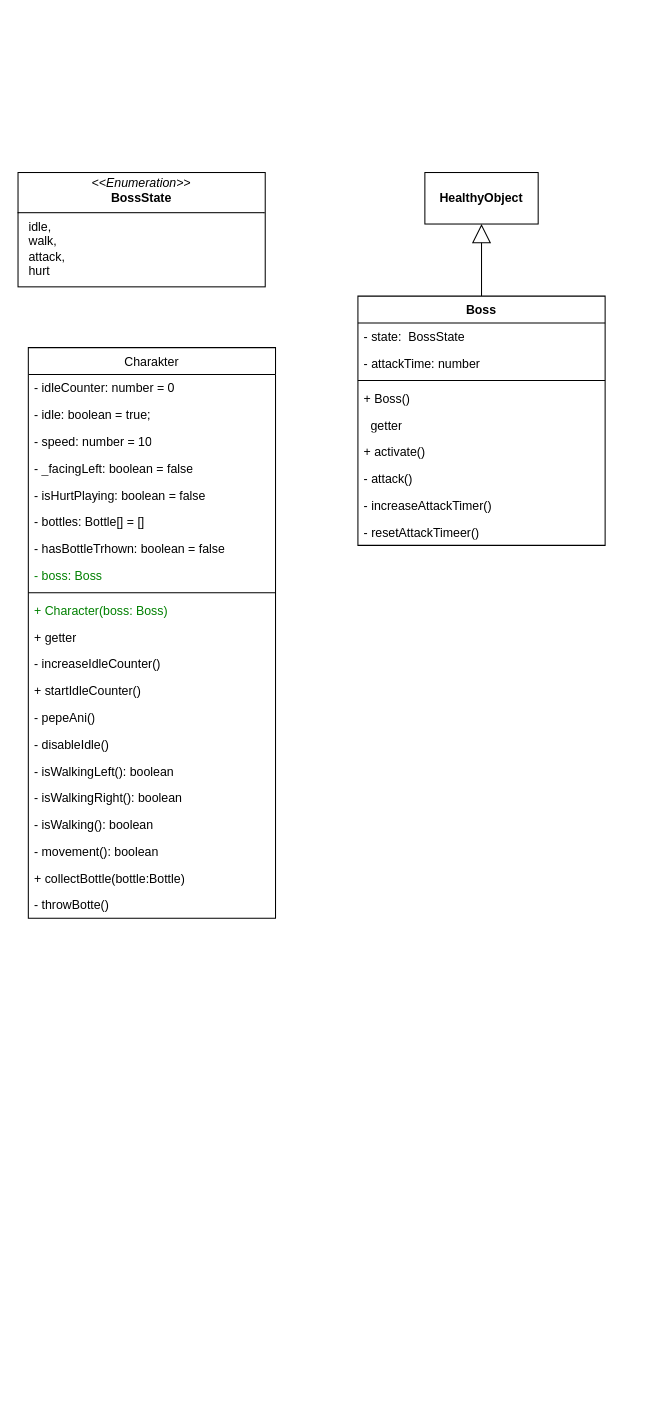
Earlier version of the draw.io diagram docs/issue/87-diagram.drawio (elma1989/el-pollo-loco). Source tidied: cells renumbered, new cells numbered last; positions are measured from the earlier drawing's top-left corner, leaving out a move shared by most shapes. Both pictures are drawn from the tidied source at 103%, with x=0, y=0 at pixel (18, 172).
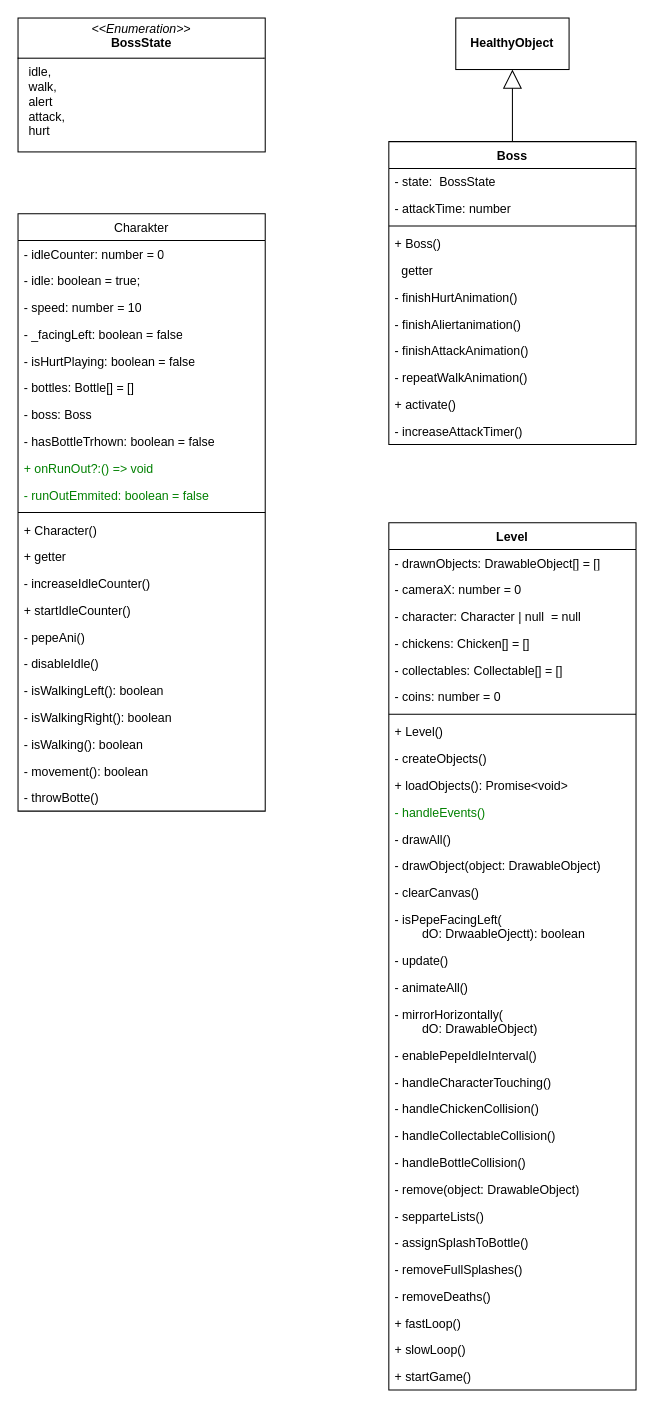
After the change.

Commit message (it also covers changes not shown here):
doc: Updated issue 87 - Completed class Boss, Modified class Character, Level

Diff of the diagram source:
```diff
@@
     <mxCell id="2" value="Boss" style="swimlane;fontStyle=1;align=center;verticalAlign=top;horizontal=1;startSize=26;whiteSpace=wrap;html=1;" parent="1" vertex="1">
-      <mxGeometry x="330" y="120" width="240" height="242" as="geometry" />
+      <mxGeometry x="360" y="-30" width="240" height="294" as="geometry" />
     </mxCell>
@@
+    <mxCell id="37" value="- finishHurtAnimation()" style="text;strokeColor=none;fillColor=none;align=left;verticalAlign=top;spacingLeft=4;spacingRight=4;overflow=hidden;whiteSpace=wrap;html=1;" parent="2" vertex="1">
+      <mxGeometry y="138" width="240" height="26" as="geometry" />
+    </mxCell>
+    <mxCell id="38" value="- finishAliertanimation()" style="text;strokeColor=none;fillColor=none;align=left;verticalAlign=top;spacingLeft=4;spacingRight=4;overflow=hidden;whiteSpace=wrap;html=1;" parent="2" vertex="1">
+      <mxGeometry y="164" width="240" height="26" as="geometry" />
+    </mxCell>
+    <mxCell id="39" value="- finishAttackAnimation()" style="text;strokeColor=none;fillColor=none;align=left;verticalAlign=top;spacingLeft=4;spacingRight=4;overflow=hidden;whiteSpace=wrap;html=1;" parent="2" vertex="1">
+      <mxGeometry y="190" width="240" height="26" as="geometry" />
+    </mxCell>
+    <mxCell id="40" value="- repeatWalkAnimation()" style="text;strokeColor=none;fillColor=none;align=left;verticalAlign=top;spacingLeft=4;spacingRight=4;overflow=hidden;whiteSpace=wrap;html=1;" parent="2" vertex="1">
+      <mxGeometry y="216" width="240" height="26" as="geometry" />
+    </mxCell>
     <mxCell id="8" value="+ activate()" style="text;strokeColor=none;fillColor=none;align=left;verticalAlign=top;spacingLeft=4;spacingRight=4;overflow=hidden;whiteSpace=wrap;html=1;" parent="2" vertex="1">
-      <mxGeometry y="138" width="240" height="26" as="geometry" />
+      <mxGeometry y="242" width="240" height="26" as="geometry" />
     </mxCell>
-    <mxCell id="9" value="- attack()" style="text;strokeColor=none;fillColor=none;align=left;verticalAlign=top;spacingLeft=4;spacingRight=4;overflow=hidden;whiteSpace=wrap;html=1;" parent="2" vertex="1">
-      <mxGeometry y="164" width="240" height="26" as="geometry" />
-    </mxCell>
     <mxCell id="10" value="- increaseAttackTimer()" style="text;strokeColor=none;fillColor=none;align=left;verticalAlign=top;spacingLeft=4;spacingRight=4;overflow=hidden;whiteSpace=wrap;html=1;" parent="2" vertex="1">
-      <mxGeometry y="190" width="240" height="26" as="geometry" />
+      <mxGeometry y="268" width="240" height="26" as="geometry" />
     </mxCell>
-    <mxCell id="11" value="- resetAttackTimeer()" style="text;strokeColor=none;fillColor=none;align=left;verticalAlign=top;spacingLeft=4;spacingRight=4;overflow=hidden;whiteSpace=wrap;html=1;" parent="2" vertex="1">
-      <mxGeometry y="216" width="240" height="26" as="geometry" />
-    </mxCell>
     <mxCell id="12" value="&lt;b&gt;HealthyObject&lt;/b&gt;" style="html=1;whiteSpace=wrap;" parent="1" vertex="1">
-      <mxGeometry x="395" width="110" height="50" as="geometry" />
+      <mxGeometry x="425" y="-150" width="110" height="50" as="geometry" />
     </mxCell>
@@
-    <mxCell id="14" value="&lt;p style=&quot;margin:0px;margin-top:4px;text-align:center;&quot;&gt;&lt;i&gt;&amp;lt;&amp;lt;Enumeration&amp;gt;&amp;gt;&lt;/i&gt;&lt;br&gt;&lt;b&gt;BossState&lt;/b&gt;&lt;/p&gt;&lt;hr size=&quot;1&quot; style=&quot;border-style:solid;&quot;&gt;&lt;p style=&quot;margin:0px;margin-left:4px;&quot;&gt;&amp;nbsp; idle,&lt;/p&gt;&lt;p style=&quot;margin:0px;margin-left:4px;&quot;&gt;&amp;nbsp; walk,&lt;/p&gt;&lt;p style=&quot;margin:0px;margin-left:4px;&quot;&gt;&amp;nbsp; attack,&lt;/p&gt;&lt;p style=&quot;margin:0px;margin-left:4px;&quot;&gt;&amp;nbsp; hurt&lt;/p&gt;" style="verticalAlign=top;align=left;overflow=fill;html=1;whiteSpace=wrap;" parent="1" vertex="1">
-      <mxGeometry width="240" height="111" as="geometry" />
+    <mxCell id="14" value="&lt;p style=&quot;margin:0px;margin-top:4px;text-align:center;&quot;&gt;&lt;i&gt;&amp;lt;&amp;lt;Enumeration&amp;gt;&amp;gt;&lt;/i&gt;&lt;br&gt;&lt;b&gt;BossState&lt;/b&gt;&lt;/p&gt;&lt;hr size=&quot;1&quot; style=&quot;border-style:solid;&quot;&gt;&lt;p style=&quot;margin:0px;margin-left:4px;&quot;&gt;&amp;nbsp; idle,&lt;/p&gt;&lt;p style=&quot;margin:0px;margin-left:4px;&quot;&gt;&amp;nbsp; walk,&lt;/p&gt;&lt;p style=&quot;margin:0px;margin-left:4px;&quot;&gt;&amp;nbsp; alert&lt;/p&gt;&lt;p style=&quot;margin:0px;margin-left:4px;&quot;&gt;&amp;nbsp; attack,&lt;/p&gt;&lt;p style=&quot;margin:0px;margin-left:4px;&quot;&gt;&amp;nbsp; hurt&lt;/p&gt;" style="verticalAlign=top;align=left;overflow=fill;html=1;whiteSpace=wrap;" parent="1" vertex="1">
+      <mxGeometry y="-150" width="240" height="130" as="geometry" />
     </mxCell>
     <mxCell id="15" value="Charakter" style="swimlane;align=center;verticalAlign=top;horizontal=1;startSize=26;whiteSpace=wrap;html=1;strokeColor=default;fontStyle=0;" parent="1" vertex="1">
-      <mxGeometry x="10" y="170" width="240" height="554" as="geometry" />
+      <mxGeometry y="40" width="240" height="580" as="geometry" />
     </mxCell>
@@
+    <mxCell id="23" value="- boss: Boss" style="text;strokeColor=none;fillColor=none;align=left;verticalAlign=top;spacingLeft=4;spacingRight=4;overflow=hidden;whiteSpace=wrap;html=1;fontStyle=0;fontColor=default;" parent="15" vertex="1">
+      <mxGeometry y="182" width="240" height="26" as="geometry" />
+    </mxCell>
     <mxCell id="22" value="- hasBottleTrhown: boolean = false" style="text;strokeColor=none;fillColor=none;align=left;verticalAlign=top;spacingLeft=4;spacingRight=4;overflow=hidden;whiteSpace=wrap;html=1;fontStyle=0;fontColor=default;" parent="15" vertex="1">
-      <mxGeometry y="182" width="240" height="26" as="geometry" />
+      <mxGeometry y="208" width="240" height="26" as="geometry" />
     </mxCell>
-    <mxCell id="23" value="- boss: Boss" style="text;strokeColor=none;fillColor=none;align=left;verticalAlign=top;spacingLeft=4;spacingRight=4;overflow=hidden;whiteSpace=wrap;html=1;fontStyle=0;fontColor=light-dark(#008000,#80FF80);" parent="15" vertex="1">
-      <mxGeometry y="208" width="240" height="26" as="geometry" />
-    </mxCell>
-    <mxCell id="24" style="line;strokeWidth=1;fillColor=none;align=left;verticalAlign=middle;spacingTop=-1;spacingLeft=3;spacingRight=3;labelPosition=right;strokeColor=inherit;" parent="15" vertex="1">
-      <mxGeometry y="234" width="240" height="8" as="geometry" />
-    </mxCell>
-    <mxCell id="25" value="+ Character(boss: Boss)" style="text;strokeColor=none;fillColor=none;align=left;verticalAlign=top;spacingLeft=4;spacingRight=4;overflow=hidden;whiteSpace=wrap;html=1;fontStyle=0;fontColor=light-dark(#008000,#80FF80);" parent="15" vertex="1">
-      <mxGeometry y="242" width="240" height="26" as="geometry" />
-    </mxCell>
+    <mxCell id="41" value="+ onRunOut?:() =&amp;gt; void" style="text;strokeColor=none;fillColor=none;align=left;verticalAlign=top;spacingLeft=4;spacingRight=4;overflow=hidden;whiteSpace=wrap;html=1;fontStyle=0;fontColor=light-dark(#008000,#80FF80);" parent="15" vertex="1">
+      <mxGeometry y="234" width="240" height="26" as="geometry" />
+    </mxCell>
+    <mxCell id="42" value="- runOutEmmited: boolean = false" style="text;strokeColor=none;fillColor=none;align=left;verticalAlign=top;spacingLeft=4;spacingRight=4;overflow=hidden;whiteSpace=wrap;html=1;fontStyle=0;fontColor=light-dark(#008000,#80FF80);" parent="15" vertex="1">
+      <mxGeometry y="260" width="240" height="26" as="geometry" />
+    </mxCell>
+    <mxCell id="43" style="line;strokeWidth=1;fillColor=none;align=left;verticalAlign=middle;spacingTop=-1;spacingLeft=3;spacingRight=3;labelPosition=right;strokeColor=inherit;" parent="15" vertex="1">
+      <mxGeometry y="286" width="240" height="8" as="geometry" />
+    </mxCell>
+    <mxCell id="44" value="+ Character()" style="text;strokeColor=none;fillColor=none;align=left;verticalAlign=top;spacingLeft=4;spacingRight=4;overflow=hidden;whiteSpace=wrap;html=1;" parent="15" vertex="1">
+      <mxGeometry y="294" width="240" height="26" as="geometry" />
+    </mxCell>
     <mxCell id="26" value="+ getter" style="text;strokeColor=none;fillColor=none;align=left;verticalAlign=top;spacingLeft=4;spacingRight=4;overflow=hidden;whiteSpace=wrap;html=1;" parent="15" vertex="1">
-      <mxGeometry y="268" width="240" height="26" as="geometry" />
+      <mxGeometry y="320" width="240" height="26" as="geometry" />
     </mxCell>
     <mxCell id="27" value="- increaseIdleCounter()" style="text;strokeColor=none;fillColor=none;align=left;verticalAlign=top;spacingLeft=4;spacingRight=4;overflow=hidden;whiteSpace=wrap;html=1;fontStyle=0;" parent="15" vertex="1">
-      <mxGeometry y="294" width="240" height="26" as="geometry" />
+      <mxGeometry y="346" width="240" height="26" as="geometry" />
     </mxCell>
     <mxCell id="28" value="+ startIdleCounter()" style="text;strokeColor=none;fillColor=none;align=left;verticalAlign=top;spacingLeft=4;spacingRight=4;overflow=hidden;whiteSpace=wrap;html=1;fontStyle=0;" parent="15" vertex="1">
-      <mxGeometry y="320" width="240" height="26" as="geometry" />
+      <mxGeometry y="372" width="240" height="26" as="geometry" />
     </mxCell>
     <mxCell id="29" value="- pepeAni()" style="text;strokeColor=none;fillColor=none;align=left;verticalAlign=top;spacingLeft=4;spacingRight=4;overflow=hidden;whiteSpace=wrap;html=1;fontStyle=0;" parent="15" vertex="1">
-      <mxGeometry y="346" width="240" height="26" as="geometry" />
+      <mxGeometry y="398" width="240" height="26" as="geometry" />
     </mxCell>
     <mxCell id="30" value="- disableIdle()" style="text;strokeColor=none;fillColor=none;align=left;verticalAlign=top;spacingLeft=4;spacingRight=4;overflow=hidden;whiteSpace=wrap;html=1;fontStyle=0;" parent="15" vertex="1">
-      <mxGeometry y="372" width="240" height="26" as="geometry" />
+      <mxGeometry y="424" width="240" height="26" as="geometry" />
     </mxCell>
     <mxCell id="31" value="- isWalkingLeft(): boolean" style="text;strokeColor=none;fillColor=none;align=left;verticalAlign=top;spacingLeft=4;spacingRight=4;overflow=hidden;whiteSpace=wrap;html=1;fontStyle=0;" parent="15" vertex="1">
-      <mxGeometry y="398" width="240" height="26" as="geometry" />
+      <mxGeometry y="450" width="240" height="26" as="geometry" />
     </mxCell>
     <mxCell id="32" value="- isWalkingRight(): boolean" style="text;strokeColor=none;fillColor=none;align=left;verticalAlign=top;spacingLeft=4;spacingRight=4;overflow=hidden;whiteSpace=wrap;html=1;fontStyle=0;" parent="15" vertex="1">
-      <mxGeometry y="424" width="240" height="26" as="geometry" />
+      <mxGeometry y="476" width="240" height="26" as="geometry" />
     </mxCell>
     <mxCell id="33" value="- isWalking(): boolean" style="text;strokeColor=none;fillColor=none;align=left;verticalAlign=top;spacingLeft=4;spacingRight=4;overflow=hidden;whiteSpace=wrap;html=1;fontStyle=0;" parent="15" vertex="1">
-      <mxGeometry y="450" width="240" height="26" as="geometry" />
+      <mxGeometry y="502" width="240" height="26" as="geometry" />
     </mxCell>
     <mxCell id="34" value="- movement(): boolean" style="text;strokeColor=none;fillColor=none;align=left;verticalAlign=top;spacingLeft=4;spacingRight=4;overflow=hidden;whiteSpace=wrap;html=1;fontStyle=0;" parent="15" vertex="1">
-      <mxGeometry y="476" width="240" height="26" as="geometry" />
+      <mxGeometry y="528" width="240" height="26" as="geometry" />
     </mxCell>
-    <mxCell id="35" value="+ collectBottle(bottle:Bottle)" style="text;strokeColor=none;fillColor=none;align=left;verticalAlign=top;spacingLeft=4;spacingRight=4;overflow=hidden;whiteSpace=wrap;html=1;fontStyle=0;fontColor=default;" parent="15" vertex="1">
-      <mxGeometry y="502" width="240" height="26" as="geometry" />
-    </mxCell>
     <mxCell id="36" value="- throwBotte()" style="text;strokeColor=none;fillColor=none;align=left;verticalAlign=top;spacingLeft=4;spacingRight=4;overflow=hidden;whiteSpace=wrap;html=1;fontStyle=0;fontColor=default;" parent="15" vertex="1">
-      <mxGeometry y="528" width="240" height="26" as="geometry" />
+      <mxGeometry y="554" width="240" height="26" as="geometry" />
     </mxCell>
+    <mxCell id="45" value="Level" style="swimlane;fontStyle=1;align=center;verticalAlign=top;horizontal=1;startSize=26;whiteSpace=wrap;html=1;" parent="1" vertex="1">
+      <mxGeometry x="360" y="340" width="240" height="842" as="geometry" />
+    </mxCell>
+    <mxCell id="46" value="- drawnObjects: DrawableObject[] = []" style="text;strokeColor=none;fillColor=none;align=left;verticalAlign=top;spacingLeft=4;spacingRight=4;overflow=hidden;whiteSpace=wrap;html=1;" parent="45" vertex="1">
+      <mxGeometry y="26" width="240" height="26" as="geometry" />
+    </mxCell>
+    <mxCell id="47" value="- cameraX: number = 0" style="text;strokeColor=none;fillColor=none;align=left;verticalAlign=top;spacingLeft=4;spacingRight=4;overflow=hidden;whiteSpace=wrap;html=1;" parent="45" vertex="1">
+      <mxGeometry y="52" width="240" height="26" as="geometry" />
+    </mxCell>
+    <mxCell id="48" value="- character: Character | null&amp;nbsp; = null" style="text;strokeColor=none;fillColor=none;align=left;verticalAlign=top;spacingLeft=4;spacingRight=4;overflow=hidden;whiteSpace=wrap;html=1;" parent="45" vertex="1">
+      <mxGeometry y="78" width="240" height="26" as="geometry" />
+    </mxCell>
+    <mxCell id="49" value="- chickens: Chicken[] = []" style="text;strokeColor=none;fillColor=none;align=left;verticalAlign=top;spacingLeft=4;spacingRight=4;overflow=hidden;whiteSpace=wrap;html=1;" parent="45" vertex="1">
+      <mxGeometry y="104" width="240" height="26" as="geometry" />
+    </mxCell>
+    <mxCell id="50" value="- collectables: Collectable[] = []" style="text;strokeColor=none;fillColor=none;align=left;verticalAlign=top;spacingLeft=4;spacingRight=4;overflow=hidden;whiteSpace=wrap;html=1;fontColor=default;" parent="45" vertex="1">
+      <mxGeometry y="130" width="240" height="26" as="geometry" />
+    </mxCell>
+    <mxCell id="51" value="- coins: number = 0" style="text;strokeColor=none;fillColor=none;align=left;verticalAlign=top;spacingLeft=4;spacingRight=4;overflow=hidden;whiteSpace=wrap;html=1;fontColor=default;" parent="45" vertex="1">
+      <mxGeometry y="156" width="240" height="26" as="geometry" />
+    </mxCell>
+    <mxCell id="52" style="line;strokeWidth=1;fillColor=none;align=left;verticalAlign=middle;spacingTop=-1;spacingLeft=3;spacingRight=3;labelPosition=right;strokeColor=inherit;" parent="45" vertex="1">
+      <mxGeometry y="182" width="240" height="8" as="geometry" />
+    </mxCell>
+    <mxCell id="53" value="+ Level()" style="text;strokeColor=none;fillColor=none;align=left;verticalAlign=top;spacingLeft=4;spacingRight=4;overflow=hidden;whiteSpace=wrap;html=1;" parent="45" vertex="1">
+      <mxGeometry y="190" width="240" height="26" as="geometry" />
+    </mxCell>
+    <mxCell id="54" value="- createObjects()" style="text;strokeColor=none;fillColor=none;align=left;verticalAlign=top;spacingLeft=4;spacingRight=4;overflow=hidden;whiteSpace=wrap;html=1;" parent="45" vertex="1">
+      <mxGeometry y="216" width="240" height="26" as="geometry" />
+    </mxCell>
+    <mxCell id="55" value="+ loadObjects(): Promise&amp;lt;void&amp;gt;" style="text;strokeColor=none;fillColor=none;align=left;verticalAlign=top;spacingLeft=4;spacingRight=4;overflow=hidden;whiteSpace=wrap;html=1;" parent="45" vertex="1">
+      <mxGeometry y="242" width="240" height="26" as="geometry" />
+    </mxCell>
+    <mxCell id="56" value="- handleEvents()" style="text;strokeColor=none;fillColor=none;align=left;verticalAlign=top;spacingLeft=4;spacingRight=4;overflow=hidden;whiteSpace=wrap;html=1;fontColor=light-dark(#008000,#80FF80);" parent="45" vertex="1">
+      <mxGeometry y="268" width="240" height="26" as="geometry" />
+    </mxCell>
+    <mxCell id="57" value="- drawAll()" style="text;strokeColor=none;fillColor=none;align=left;verticalAlign=top;spacingLeft=4;spacingRight=4;overflow=hidden;whiteSpace=wrap;html=1;" parent="45" vertex="1">
+      <mxGeometry y="294" width="240" height="26" as="geometry" />
+    </mxCell>
+    <mxCell id="58" value="- drawObject(object: DrawableObject)" style="text;strokeColor=none;fillColor=none;align=left;verticalAlign=top;spacingLeft=4;spacingRight=4;overflow=hidden;whiteSpace=wrap;html=1;fontColor=default;" parent="45" vertex="1">
+      <mxGeometry y="320" width="240" height="26" as="geometry" />
+    </mxCell>
+    <mxCell id="59" value="- clearCanvas()" style="text;align=left;verticalAlign=top;spacingLeft=4;spacingRight=4;overflow=hidden;whiteSpace=wrap;html=1;" parent="45" vertex="1">
+      <mxGeometry y="346" width="240" height="26" as="geometry" />
+    </mxCell>
+    <mxCell id="60" value="- isPepeFacingLeft(&lt;div&gt;&lt;span style=&quot;white-space: pre;&quot;&gt;&#9;&lt;/span&gt;dO: DrwaableOjectt): boolean&lt;/div&gt;" style="text;strokeColor=none;fillColor=none;align=left;verticalAlign=top;spacingLeft=4;spacingRight=4;overflow=hidden;whiteSpace=wrap;html=1;" parent="45" vertex="1">
+      <mxGeometry y="372" width="240" height="40" as="geometry" />
+    </mxCell>
+    <mxCell id="61" value="- update()" style="text;strokeColor=none;fillColor=none;align=left;verticalAlign=top;spacingLeft=4;spacingRight=4;overflow=hidden;whiteSpace=wrap;html=1;" parent="45" vertex="1">
+      <mxGeometry y="412" width="240" height="26" as="geometry" />
+    </mxCell>
+    <mxCell id="62" value="- animateAll()" style="text;strokeColor=none;fillColor=none;align=left;verticalAlign=top;spacingLeft=4;spacingRight=4;overflow=hidden;whiteSpace=wrap;html=1;" parent="45" vertex="1">
+      <mxGeometry y="438" width="240" height="26" as="geometry" />
+    </mxCell>
+    <mxCell id="63" value="- mirrorHorizontally(&lt;div&gt;&lt;span style=&quot;white-space: pre;&quot;&gt;&#9;&lt;/span&gt;dO: DrawableObject)&lt;/div&gt;" style="text;strokeColor=none;fillColor=none;align=left;verticalAlign=top;spacingLeft=4;spacingRight=4;overflow=hidden;whiteSpace=wrap;html=1;" parent="45" vertex="1">
+      <mxGeometry y="464" width="240" height="40" as="geometry" />
+    </mxCell>
+    <mxCell id="64" value="- enablePepeIdleInterval()" style="text;strokeColor=none;fillColor=none;align=left;verticalAlign=top;spacingLeft=4;spacingRight=4;overflow=hidden;whiteSpace=wrap;html=1;" parent="45" vertex="1">
+      <mxGeometry y="504" width="240" height="26" as="geometry" />
+    </mxCell>
+    <mxCell id="65" value="- handleCharacterTouching()" style="text;strokeColor=none;fillColor=none;align=left;verticalAlign=top;spacingLeft=4;spacingRight=4;overflow=hidden;whiteSpace=wrap;html=1;" parent="45" vertex="1">
+      <mxGeometry y="530" width="240" height="26" as="geometry" />
+    </mxCell>
+    <mxCell id="66" value="- handleChickenCollision()" style="text;strokeColor=none;fillColor=none;align=left;verticalAlign=top;spacingLeft=4;spacingRight=4;overflow=hidden;whiteSpace=wrap;html=1;fontColor=default;" parent="45" vertex="1">
+      <mxGeometry y="556" width="240" height="26" as="geometry" />
+    </mxCell>
+    <mxCell id="67" value="- handleCollectableCollision()" style="text;strokeColor=none;fillColor=none;align=left;verticalAlign=top;spacingLeft=4;spacingRight=4;overflow=hidden;whiteSpace=wrap;html=1;fontColor=default;" parent="45" vertex="1">
+      <mxGeometry y="582" width="240" height="26" as="geometry" />
+    </mxCell>
+    <mxCell id="68" value="- handleBottleCollision()" style="text;strokeColor=none;fillColor=none;align=left;verticalAlign=top;spacingLeft=4;spacingRight=4;overflow=hidden;whiteSpace=wrap;html=1;fontColor=default;" parent="45" vertex="1">
+      <mxGeometry y="608" width="240" height="26" as="geometry" />
+    </mxCell>
+    <mxCell id="69" value="- remove(object: DrawableObject)" style="text;strokeColor=none;fillColor=none;align=left;verticalAlign=top;spacingLeft=4;spacingRight=4;overflow=hidden;whiteSpace=wrap;html=1;fontColor=default;" parent="45" vertex="1">
+      <mxGeometry y="634" width="240" height="26" as="geometry" />
+    </mxCell>
+    <mxCell id="70" value="- sepparteLists()" style="text;strokeColor=none;fillColor=none;align=left;verticalAlign=top;spacingLeft=4;spacingRight=4;overflow=hidden;whiteSpace=wrap;html=1;fontColor=default;" parent="45" vertex="1">
+      <mxGeometry y="660" width="240" height="26" as="geometry" />
+    </mxCell>
+    <mxCell id="71" value="- assignSplashToBottle()" style="text;strokeColor=none;fillColor=none;align=left;verticalAlign=top;spacingLeft=4;spacingRight=4;overflow=hidden;whiteSpace=wrap;html=1;fontColor=default;" parent="45" vertex="1">
+      <mxGeometry y="686" width="240" height="26" as="geometry" />
+    </mxCell>
+    <mxCell id="72" value="- removeFullSplashes()" style="text;strokeColor=none;fillColor=none;align=left;verticalAlign=top;spacingLeft=4;spacingRight=4;overflow=hidden;whiteSpace=wrap;html=1;fontColor=default;" parent="45" vertex="1">
+      <mxGeometry y="712" width="240" height="26" as="geometry" />
+    </mxCell>
+    <mxCell id="73" value="- removeDeaths()" style="text;strokeColor=none;fillColor=none;align=left;verticalAlign=top;spacingLeft=4;spacingRight=4;overflow=hidden;whiteSpace=wrap;html=1;fontColor=default;" parent="45" vertex="1">
+      <mxGeometry y="738" width="240" height="26" as="geometry" />
+    </mxCell>
+    <mxCell id="74" value="+ fastLoop()" style="text;strokeColor=none;fillColor=none;align=left;verticalAlign=top;spacingLeft=4;spacingRight=4;overflow=hidden;whiteSpace=wrap;html=1;fontColor=default;" parent="45" vertex="1">
+      <mxGeometry y="764" width="240" height="26" as="geometry" />
+    </mxCell>
+    <mxCell id="75" value="+ slowLoop()" style="text;strokeColor=none;fillColor=none;align=left;verticalAlign=top;spacingLeft=4;spacingRight=4;overflow=hidden;whiteSpace=wrap;html=1;fontColor=default;" parent="45" vertex="1">
+      <mxGeometry y="790" width="240" height="26" as="geometry" />
+    </mxCell>
+    <mxCell id="76" value="+ startGame()" style="text;strokeColor=none;fillColor=none;align=left;verticalAlign=top;spacingLeft=4;spacingRight=4;overflow=hidden;whiteSpace=wrap;html=1;" parent="45" vertex="1">
+      <mxGeometry y="816" width="240" height="26" as="geometry" />
+    </mxCell>
```
